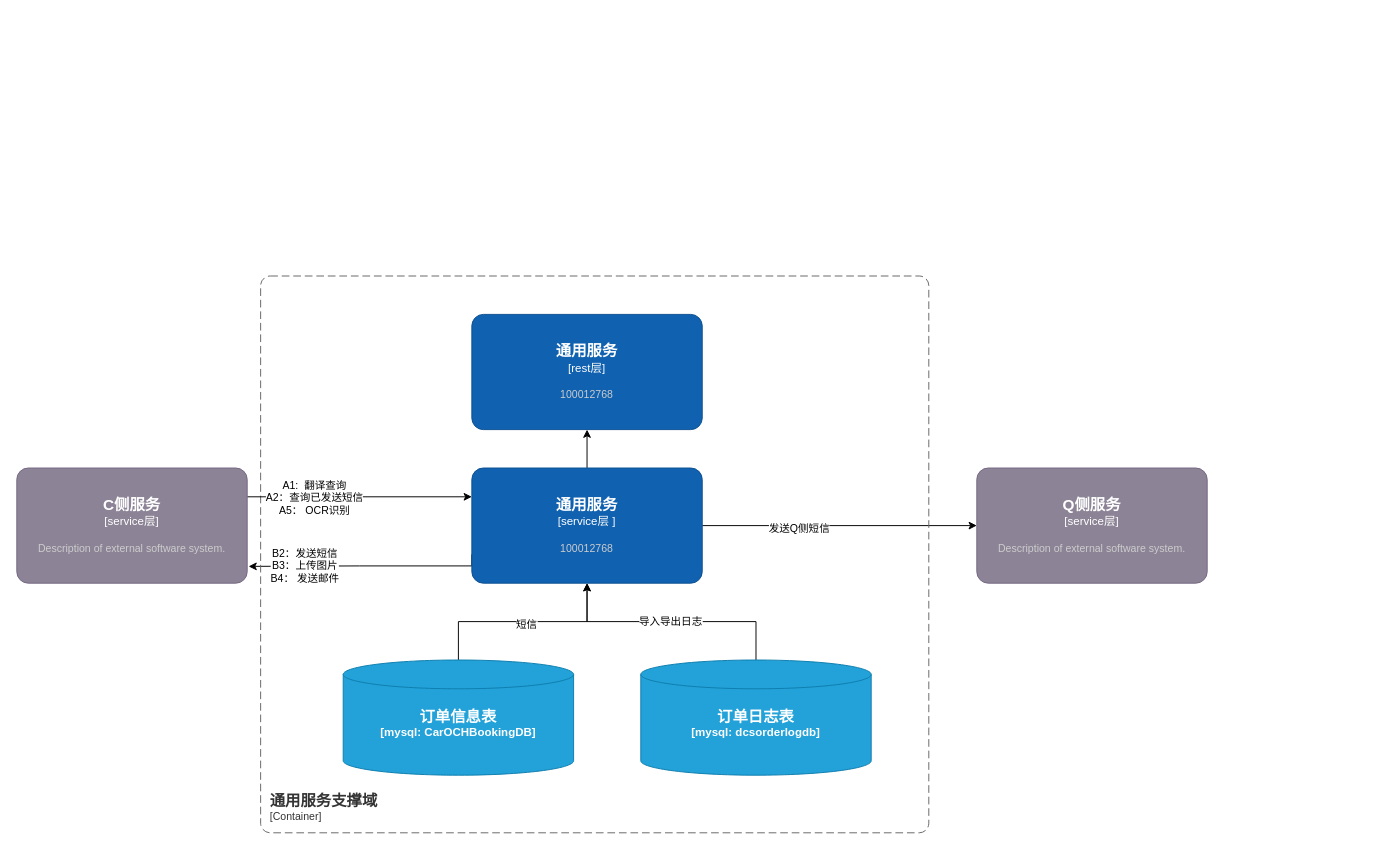
Before: page "通用服务" (5 of 5) of Trip上云.drawio in leonwcy/test, a draw.io diagram. Source tidied: cells renumbered, new cells numbered last; positions are measured from the earlier drawing's top-left corner, leaving out a move shared by most shapes. Both pictures are drawn from the tidied source at 96%, with x=0, y=0 at pixel (16, 276).
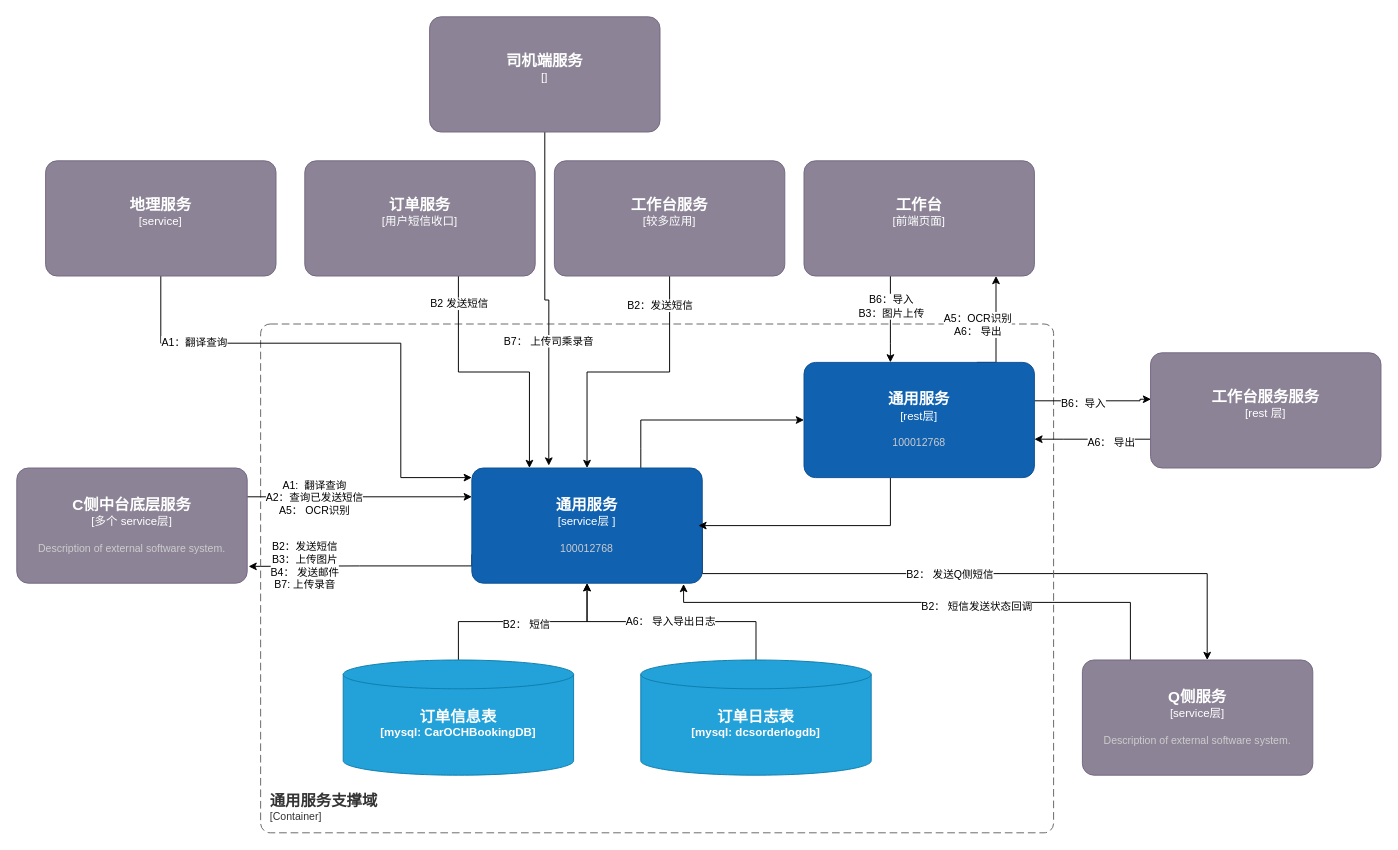
The same diagram, later.

The change refers to these unchanged cells:
```xml
<mxCell id="3" style="edgeStyle=orthogonalEdgeStyle;rounded=0;jettySize=auto;html=1;exitX=0;exitY=0.75;exitDx=0;exitDy=0;exitPerimeter=0;entryX=1.006;entryY=0.854;entryDx=0;entryDy=0;entryPerimeter=0;" parent="1" edge="1" source="7" target="19">
  <mxGeometry relative="1" as="geometry">
    <Array as="points">
      <mxPoint x="474" y="302" />
      <mxPoint x="357" y="302" />
    </Array>
  </mxGeometry>
</mxCell>
<object id="7" label="&lt;font style=&quot;font-size: 16px&quot;&gt;&lt;b&gt;%c4Name%&lt;/b&gt;&lt;/font&gt;&lt;div&gt;[%c4Type%]&lt;/div&gt;&lt;br&gt;&lt;div&gt;&lt;font style=&quot;font-size: 11px&quot;&gt;&lt;font color=&quot;#cccccc&quot;&gt;%c4Description%&lt;/font&gt;&lt;/div&gt;" c4Description="100012768" c4Name="通用服务" c4Type="service层 " placeholders="1">
  <mxCell style="rounded=1;whiteSpace=wrap;html=1;labelBackgroundColor=none;fillColor=#1061B0;fontColor=#ffffff;align=center;arcSize=10;strokeColor=#0D5091;points=[[0.25,0,0],[0.5,0,0],[0.75,0,0],[1,0.25,0],[1,0.5,0],[1,0.75,0],[0.75,1,0],[0.5,1,0],[0.25,1,0],[0,0.75,0],[0,0.5,0],[0,0.25,0]];" parent="1" vertex="1">
    <mxGeometry x="474" y="200" width="240" height="120" as="geometry" />
  </mxCell>
</object>
<mxCell id="10" style="edgeStyle=orthogonalEdgeStyle;rounded=0;jettySize=auto;html=1;" parent="1" edge="1" source="12" target="7">
  <mxGeometry relative="1" as="geometry" />
</mxCell>
<mxCell id="13" style="edgeStyle=orthogonalEdgeStyle;rounded=0;jettySize=auto;html=1;" parent="1" edge="1" source="15" target="7">
  <mxGeometry relative="1" as="geometry" />
</mxCell>
```

The edit, as a diff of the source:
```diff
@@
     <mxCell id="2" style="edgeStyle=orthogonalEdgeStyle;rounded=0;jettySize=auto;html=1;" parent="1" edge="1" source="7" target="9">
-      <mxGeometry relative="1" as="geometry" />
+      <mxGeometry relative="1" as="geometry">
+        <Array as="points">
+          <mxPoint x="650" y="180" />
+          <mxPoint x="650" y="180" />
+        </Array>
+      </mxGeometry>
     </mxCell>
@@
-    <mxCell id="4" value="B2：发送短信&lt;br&gt;B3：上传图片&lt;br&gt;B4： 发送邮件" style="edgeLabel;html=1;align=center;verticalAlign=middle;" parent="3" vertex="1">
+    <mxCell id="4" value="B2：发送短信&lt;br&gt;B3：上传图片&lt;br&gt;B4： 发送邮件&lt;br&gt;B7: 上传录音" style="edgeLabel;html=1;align=center;verticalAlign=middle;" parent="3" vertex="1">
       <mxGeometry x="0.6" y="-1" relative="1" as="geometry">
         <mxPoint x="10" as="offset" />
       </mxGeometry>
     </mxCell>
     <mxCell id="5" style="edgeStyle=orthogonalEdgeStyle;rounded=0;jettySize=auto;html=1;exitX=1;exitY=0.5;exitDx=0;exitDy=0;exitPerimeter=0;" parent="1" edge="1" source="7" target="16">
-      <mxGeometry relative="1" as="geometry" />
+      <mxGeometry relative="1" as="geometry">
+        <Array as="points">
+          <mxPoint x="714" y="310" />
+          <mxPoint x="1240" y="310" />
+        </Array>
+      </mxGeometry>
     </mxCell>
-    <mxCell id="6" value="发送Q侧短信" style="edgeLabel;html=1;align=center;verticalAlign=middle;" parent="5" vertex="1">
-      <mxGeometry x="-0.3" y="-2" relative="1" as="geometry" />
+    <mxCell id="6" value="B2： 发送Q侧短信" style="edgeLabel;html=1;align=center;verticalAlign=middle;" parent="5" vertex="1">
+      <mxGeometry x="-0.3" y="-2" relative="1" as="geometry">
+        <mxPoint x="74" y="-2" as="offset" />
+      </mxGeometry>
     </mxCell>
@@
     <object id="8" label="&lt;font style=&quot;font-size: 16px&quot;&gt;&lt;b&gt;&lt;div style=&quot;text-align: left&quot;&gt;%c4Name%&lt;/div&gt;&lt;/b&gt;&lt;/font&gt;&lt;div style=&quot;text-align: left&quot;&gt;[%c4Application%]&lt;/div&gt;" c4Application="Container" c4Name="通用服务支撑域" placeholders="1">
       <mxCell style="rounded=1;fontSize=11;whiteSpace=wrap;html=1;dashed=1;arcSize=20;fillColor=none;strokeColor=#666666;fontColor=#333333;labelBackgroundColor=none;align=left;verticalAlign=bottom;labelBorderColor=none;spacingTop=0;spacing=10;dashPattern=8 4;perimeter=rectanglePerimeter;noLabel=0;labelPadding=0;absoluteArcSize=1;" parent="1" vertex="1">
-        <mxGeometry x="254" width="696" height="580" as="geometry" />
+        <mxGeometry x="254" y="50" width="826" height="530" as="geometry" />
       </mxCell>
     </object>
+    <mxCell id="20" style="edgeStyle=orthogonalEdgeStyle;rounded=0;jettySize=auto;html=1;" parent="1" edge="1" source="9">
+      <mxGeometry relative="1" as="geometry">
+        <mxPoint x="710" y="260" as="targetPoint" />
+        <Array as="points">
+          <mxPoint x="910" y="260" />
+          <mxPoint x="714" y="260" />
+        </Array>
+      </mxGeometry>
+    </mxCell>
+    <mxCell id="21" style="edgeStyle=orthogonalEdgeStyle;rounded=0;jettySize=auto;html=1;exitX=0.75;exitY=0;exitDx=0;exitDy=0;exitPerimeter=0;" parent="1" edge="1" source="9" target="28">
+      <mxGeometry relative="1" as="geometry">
+        <Array as="points">
+          <mxPoint x="1020" y="90" />
+        </Array>
+      </mxGeometry>
+    </mxCell>
+    <mxCell id="22" style="edgeStyle=orthogonalEdgeStyle;rounded=0;jettySize=auto;html=1;entryX=0.002;entryY=0.403;entryDx=0;entryDy=0;entryPerimeter=0;" parent="1" edge="1" target="31">
+      <mxGeometry relative="1" as="geometry">
+        <mxPoint x="1060" y="130" as="sourcePoint" />
+        <Array as="points">
+          <mxPoint x="1170" y="130" />
+          <mxPoint x="1170" y="128" />
+        </Array>
+      </mxGeometry>
+    </mxCell>
+    <mxCell id="23" value="B6：导入" style="edgeLabel;html=1;align=center;verticalAlign=middle;" parent="22" vertex="1">
+      <mxGeometry x="0.26" y="1" relative="1" as="geometry">
+        <mxPoint x="-28" y="3" as="offset" />
+      </mxGeometry>
+    </mxCell>
     <object id="9" label="&lt;font style=&quot;font-size: 16px&quot;&gt;&lt;b&gt;%c4Name%&lt;/b&gt;&lt;/font&gt;&lt;div&gt;[%c4Type%]&lt;/div&gt;&lt;br&gt;&lt;div&gt;&lt;font style=&quot;font-size: 11px&quot;&gt;&lt;font color=&quot;#cccccc&quot;&gt;%c4Description%&lt;/font&gt;&lt;/div&gt;" c4Description="100012768" c4Name="通用服务" c4Type="rest层" placeholders="1">
       <mxCell style="rounded=1;whiteSpace=wrap;html=1;labelBackgroundColor=none;fillColor=#1061B0;fontColor=#ffffff;align=center;arcSize=10;strokeColor=#0D5091;points=[[0.25,0,0],[0.5,0,0],[0.75,0,0],[1,0.25,0],[1,0.5,0],[1,0.75,0],[0.75,1,0],[0.5,1,0],[0.25,1,0],[0,0.75,0],[0,0.5,0],[0,0.25,0]];" parent="1" vertex="1">
-        <mxGeometry x="474" y="40" width="240" height="120" as="geometry" />
+        <mxGeometry x="820" y="90" width="240" height="120" as="geometry" />
       </mxCell>
     </object>
@@
-    <mxCell id="11" value="短信" style="edgeLabel;html=1;align=center;verticalAlign=middle;" parent="10" vertex="1">
+    <mxCell id="11" value="B2： 短信" style="edgeLabel;html=1;align=center;verticalAlign=middle;" parent="10" vertex="1">
       <mxGeometry x="0.28" y="-2" relative="1" as="geometry">
         <mxPoint x="-27" as="offset" />
       </mxGeometry>
     </mxCell>
@@
-    <mxCell id="14" value="导入导出日志" style="edgeLabel;html=1;align=center;verticalAlign=middle;" parent="13" vertex="1">
+    <mxCell id="14" value="A6： 导入导出日志" style="edgeLabel;html=1;align=center;verticalAlign=middle;" parent="13" vertex="1">
       <mxGeometry x="0.16" y="-1" relative="1" as="geometry">
         <mxPoint x="18" as="offset" />
       </mxGeometry>
     </mxCell>
@@
+    <mxCell id="24" style="edgeStyle=orthogonalEdgeStyle;rounded=0;jettySize=auto;html=1;entryX=0.919;entryY=1.007;entryDx=0;entryDy=0;entryPerimeter=0;" parent="1" edge="1" source="16" target="7">
+      <mxGeometry relative="1" as="geometry">
+        <Array as="points">
+          <mxPoint x="1160" y="340" />
+          <mxPoint x="695" y="340" />
+        </Array>
+      </mxGeometry>
+    </mxCell>
+    <mxCell id="25" value="B2： 短信发送状态回调" style="edgeLabel;html=1;align=center;verticalAlign=middle;" parent="24" vertex="1">
+      <mxGeometry x="-0.19" y="3" relative="1" as="geometry" />
+    </mxCell>
     <object id="16" label="&lt;font style=&quot;font-size: 16px&quot;&gt;&lt;b&gt;%c4Name%&lt;/b&gt;&lt;/font&gt;&lt;div&gt;[%c4Type%]&lt;/div&gt;&lt;br&gt;&lt;div&gt;&lt;font style=&quot;font-size: 11px&quot;&gt;&lt;font color=&quot;#cccccc&quot;&gt;%c4Description%&lt;/font&gt;&lt;/div&gt;" c4Description="Description of external software system." c4Name="Q侧服务" c4Type="service层" placeholders="1">
       <mxCell style="rounded=1;whiteSpace=wrap;html=1;labelBackgroundColor=none;fillColor=#8C8496;fontColor=#ffffff;align=center;arcSize=10;strokeColor=#736782;points=[[0.25,0,0],[0.5,0,0],[0.75,0,0],[1,0.25,0],[1,0.5,0],[1,0.75,0],[0.75,1,0],[0.5,1,0],[0.25,1,0],[0,0.75,0],[0,0.5,0],[0,0.25,0]];" parent="1" vertex="1">
-        <mxGeometry x="1000" y="200" width="240" height="120" as="geometry" />
+        <mxGeometry x="1110" y="400" width="240" height="120" as="geometry" />
       </mxCell>
     </object>
@@
-    <object id="19" label="&lt;font style=&quot;font-size: 16px&quot;&gt;&lt;b&gt;%c4Name%&lt;/b&gt;&lt;/font&gt;&lt;div&gt;[%c4Type%]&lt;/div&gt;&lt;br&gt;&lt;div&gt;&lt;font style=&quot;font-size: 11px&quot;&gt;&lt;font color=&quot;#cccccc&quot;&gt;%c4Description%&lt;/font&gt;&lt;/div&gt;" c4Description="Description of external software system." c4Name="C侧服务" c4Type="service层" placeholders="1">
+    <object id="19" label="&lt;font style=&quot;font-size: 16px&quot;&gt;&lt;b&gt;%c4Name%&lt;/b&gt;&lt;/font&gt;&lt;div&gt;[%c4Type%]&lt;/div&gt;&lt;br&gt;&lt;div&gt;&lt;font style=&quot;font-size: 11px&quot;&gt;&lt;font color=&quot;#cccccc&quot;&gt;%c4Description%&lt;/font&gt;&lt;/div&gt;" c4Description="Description of external software system." c4Name="C侧中台底层服务" c4Type="多个 service层" placeholders="1">
       <mxCell style="rounded=1;whiteSpace=wrap;html=1;labelBackgroundColor=none;fillColor=#8C8496;fontColor=#ffffff;align=center;arcSize=10;strokeColor=#736782;points=[[0.25,0,0],[0.5,0,0],[0.75,0,0],[1,0.25,0],[1,0.5,0],[1,0.75,0],[0.75,1,0],[0.5,1,0],[0.25,1,0],[0,0.75,0],[0,0.5,0],[0,0.25,0]];" parent="1" vertex="1">
         <mxGeometry y="200" width="240" height="120" as="geometry" />
       </mxCell>
     </object>
+    <mxCell id="26" style="edgeStyle=orthogonalEdgeStyle;rounded=0;jettySize=auto;html=1;" parent="1" edge="1" source="28" target="9">
+      <mxGeometry relative="1" as="geometry">
+        <Array as="points">
+          <mxPoint x="910" y="70" />
+          <mxPoint x="910" y="70" />
+        </Array>
+      </mxGeometry>
+    </mxCell>
+    <mxCell id="27" value="B6：导入&lt;br&gt;B3：图片上传" style="edgeLabel;html=1;align=center;verticalAlign=middle;" parent="26" vertex="1">
+      <mxGeometry x="-0.7" relative="1" as="geometry">
+        <mxPoint y="17" as="offset" />
+      </mxGeometry>
+    </mxCell>
+    <object id="28" label="&lt;font style=&quot;font-size: 16px&quot;&gt;&lt;b&gt;%c4Name%&lt;/b&gt;&lt;/font&gt;&lt;div&gt;[%c4Type%]&lt;/div&gt;&lt;br&gt;&lt;div&gt;&lt;font style=&quot;font-size: 11px&quot;&gt;&lt;font color=&quot;#cccccc&quot;&gt;%c4Description%&lt;/font&gt;&lt;/div&gt;" c4Description="" c4Name="工作台" c4Type="前端页面" placeholders="1">
+      <mxCell style="rounded=1;whiteSpace=wrap;html=1;labelBackgroundColor=none;fillColor=#8C8496;fontColor=#ffffff;align=center;arcSize=10;strokeColor=#736782;points=[[0.25,0,0],[0.5,0,0],[0.75,0,0],[1,0.25,0],[1,0.5,0],[1,0.75,0],[0.75,1,0],[0.5,1,0],[0.25,1,0],[0,0.75,0],[0,0.5,0],[0,0.25,0]];" parent="1" vertex="1">
+        <mxGeometry x="820" y="-120" width="240" height="120" as="geometry" />
+      </mxCell>
+    </object>
+    <mxCell id="29" style="edgeStyle=orthogonalEdgeStyle;rounded=0;jettySize=auto;html=1;" parent="1" edge="1" source="31" target="9">
+      <mxGeometry relative="1" as="geometry">
+        <Array as="points">
+          <mxPoint x="1090" y="170" />
+          <mxPoint x="1090" y="170" />
+        </Array>
+      </mxGeometry>
+    </mxCell>
+    <mxCell id="30" value="A6： 导出" style="edgeLabel;html=1;align=center;verticalAlign=middle;" parent="29" vertex="1">
+      <mxGeometry x="-0.3" y="3" relative="1" as="geometry" />
+    </mxCell>
+    <object id="31" label="&lt;font style=&quot;font-size: 16px&quot;&gt;&lt;b&gt;%c4Name%&lt;/b&gt;&lt;/font&gt;&lt;div&gt;[%c4Type%]&lt;/div&gt;&lt;br&gt;&lt;div&gt;&lt;font style=&quot;font-size: 11px&quot;&gt;&lt;font color=&quot;#cccccc&quot;&gt;%c4Description%&lt;/font&gt;&lt;/div&gt;" c4Description="" c4Name="工作台服务服务" c4Type="rest 层" placeholders="1">
+      <mxCell style="rounded=1;whiteSpace=wrap;html=1;labelBackgroundColor=none;fillColor=#8C8496;fontColor=#ffffff;align=center;arcSize=10;strokeColor=#736782;points=[[0.25,0,0],[0.5,0,0],[0.75,0,0],[1,0.25,0],[1,0.5,0],[1,0.75,0],[0.75,1,0],[0.5,1,0],[0.25,1,0],[0,0.75,0],[0,0.5,0],[0,0.25,0]];" parent="1" vertex="1">
+        <mxGeometry x="1181" y="80" width="240" height="120" as="geometry" />
+      </mxCell>
+    </object>
+    <mxCell id="32" style="edgeStyle=orthogonalEdgeStyle;rounded=0;jettySize=auto;html=1;" parent="1" edge="1" source="34" target="7">
+      <mxGeometry relative="1" as="geometry" />
+    </mxCell>
+    <mxCell id="33" value="B2：发送短信" style="edgeLabel;html=1;align=center;verticalAlign=middle;" parent="32" vertex="1">
+      <mxGeometry x="0.27" y="-2" relative="1" as="geometry">
+        <mxPoint x="71" y="-68" as="offset" />
+      </mxGeometry>
+    </mxCell>
+    <object id="34" label="&lt;font style=&quot;font-size: 16px&quot;&gt;&lt;b&gt;%c4Name%&lt;/b&gt;&lt;/font&gt;&lt;div&gt;[%c4Type%]&lt;/div&gt;&lt;br&gt;&lt;div&gt;&lt;font style=&quot;font-size: 11px&quot;&gt;&lt;font color=&quot;#cccccc&quot;&gt;%c4Description%&lt;/font&gt;&lt;/div&gt;" c4Description="" c4Name="工作台服务" c4Type="较多应用" placeholders="1">
+      <mxCell style="rounded=1;whiteSpace=wrap;html=1;labelBackgroundColor=none;fillColor=#8C8496;fontColor=#ffffff;align=center;arcSize=10;strokeColor=#736782;points=[[0.25,0,0],[0.5,0,0],[0.75,0,0],[1,0.25,0],[1,0.5,0],[1,0.75,0],[0.75,1,0],[0.5,1,0],[0.25,1,0],[0,0.75,0],[0,0.5,0],[0,0.25,0]];" parent="1" vertex="1">
+        <mxGeometry x="560" y="-120" width="240" height="120" as="geometry" />
+      </mxCell>
+    </object>
+    <mxCell id="35" style="edgeStyle=orthogonalEdgeStyle;rounded=0;jettySize=auto;html=1;entryX=0.25;entryY=0;entryDx=0;entryDy=0;entryPerimeter=0;" parent="1" edge="1" source="37" target="7">
+      <mxGeometry relative="1" as="geometry">
+        <Array as="points">
+          <mxPoint x="460" y="100" />
+          <mxPoint x="534" y="100" />
+        </Array>
+      </mxGeometry>
+    </mxCell>
+    <mxCell id="36" value="B2 发送短信" style="edgeLabel;html=1;align=center;verticalAlign=middle;" parent="35" vertex="1">
+      <mxGeometry x="-0.93" y="-2" relative="1" as="geometry">
+        <mxPoint x="2" y="18" as="offset" />
+      </mxGeometry>
+    </mxCell>
+    <object id="37" label="&lt;font style=&quot;font-size: 16px&quot;&gt;&lt;b&gt;%c4Name%&lt;/b&gt;&lt;/font&gt;&lt;div&gt;[%c4Type%]&lt;/div&gt;&lt;br&gt;&lt;div&gt;&lt;font style=&quot;font-size: 11px&quot;&gt;&lt;font color=&quot;#cccccc&quot;&gt;%c4Description%&lt;/font&gt;&lt;/div&gt;" c4Description="" c4Name="订单服务" c4Type="用户短信收口" placeholders="1">
+      <mxCell style="rounded=1;whiteSpace=wrap;html=1;labelBackgroundColor=none;fillColor=#8C8496;fontColor=#ffffff;align=center;arcSize=10;strokeColor=#736782;points=[[0.25,0,0],[0.5,0,0],[0.75,0,0],[1,0.25,0],[1,0.5,0],[1,0.75,0],[0.75,1,0],[0.5,1,0],[0.25,1,0],[0,0.75,0],[0,0.5,0],[0,0.25,0]];" parent="1" vertex="1">
+        <mxGeometry x="300" y="-120" width="240" height="120" as="geometry" />
+      </mxCell>
+    </object>
+    <mxCell id="38" value="A5：OCR识别&lt;br&gt;A6： 导出" style="edgeLabel;html=1;align=center;verticalAlign=middle;" parent="1" vertex="1">
+      <mxGeometry x="1000" y="50" as="geometry" />
+    </mxCell>
+    <mxCell id="39" style="edgeStyle=orthogonalEdgeStyle;rounded=0;jettySize=auto;html=1;" parent="1" edge="1" source="41" target="7">
+      <mxGeometry relative="1" as="geometry">
+        <Array as="points">
+          <mxPoint x="150" y="70" />
+          <mxPoint x="400" y="70" />
+          <mxPoint x="400" y="210" />
+        </Array>
+      </mxGeometry>
+    </mxCell>
+    <mxCell id="40" value="A1：翻译查询" style="edgeLabel;html=1;align=center;verticalAlign=middle;" parent="39" vertex="1">
+      <mxGeometry x="-0.61" y="2" relative="1" as="geometry" />
+    </mxCell>
+    <object id="41" label="&lt;font style=&quot;font-size: 16px&quot;&gt;&lt;b&gt;%c4Name%&lt;/b&gt;&lt;/font&gt;&lt;div&gt;[%c4Type%]&lt;/div&gt;&lt;br&gt;&lt;div&gt;&lt;font style=&quot;font-size: 11px&quot;&gt;&lt;font color=&quot;#cccccc&quot;&gt;%c4Description%&lt;/font&gt;&lt;/div&gt;" c4Description="" c4Name="地理服务" c4Type="service" placeholders="1">
+      <mxCell style="rounded=1;whiteSpace=wrap;html=1;labelBackgroundColor=none;fillColor=#8C8496;fontColor=#ffffff;align=center;arcSize=10;strokeColor=#736782;points=[[0.25,0,0],[0.5,0,0],[0.75,0,0],[1,0.25,0],[1,0.5,0],[1,0.75,0],[0.75,1,0],[0.5,1,0],[0.25,1,0],[0,0.75,0],[0,0.5,0],[0,0.25,0]];" parent="1" vertex="1">
+        <mxGeometry x="30" y="-120" width="240" height="120" as="geometry" />
+      </mxCell>
+    </object>
+    <mxCell id="42" style="edgeStyle=orthogonalEdgeStyle;rounded=0;jettySize=auto;html=1;entryX=0.334;entryY=-0.021;entryDx=0;entryDy=0;entryPerimeter=0;" parent="1" edge="1" source="44" target="7">
+      <mxGeometry relative="1" as="geometry" />
+    </mxCell>
+    <mxCell id="43" value="B7： 上传司乘录音" style="edgeLabel;html=1;align=center;verticalAlign=middle;" parent="42" vertex="1">
+      <mxGeometry x="0.26" y="-1" relative="1" as="geometry" />
+    </mxCell>
+    <object id="44" label="&lt;font style=&quot;font-size: 16px&quot;&gt;&lt;b&gt;%c4Name%&lt;/b&gt;&lt;/font&gt;&lt;div&gt;[%c4Type%]&lt;/div&gt;&lt;br&gt;&lt;div&gt;&lt;font style=&quot;font-size: 11px&quot;&gt;&lt;font color=&quot;#cccccc&quot;&gt;%c4Description%&lt;/font&gt;&lt;/div&gt;" c4Description="" c4Name="司机端服务" c4Type="" placeholders="1">
+      <mxCell style="rounded=1;whiteSpace=wrap;html=1;labelBackgroundColor=none;fillColor=#8C8496;fontColor=#ffffff;align=center;arcSize=10;strokeColor=#736782;points=[[0.25,0,0],[0.5,0,0],[0.75,0,0],[1,0.25,0],[1,0.5,0],[1,0.75,0],[0.75,1,0],[0.5,1,0],[0.25,1,0],[0,0.75,0],[0,0.5,0],[0,0.25,0]];" parent="1" vertex="1">
+        <mxGeometry x="430" y="-270" width="240" height="120" as="geometry" />
+      </mxCell>
+    </object>
```
